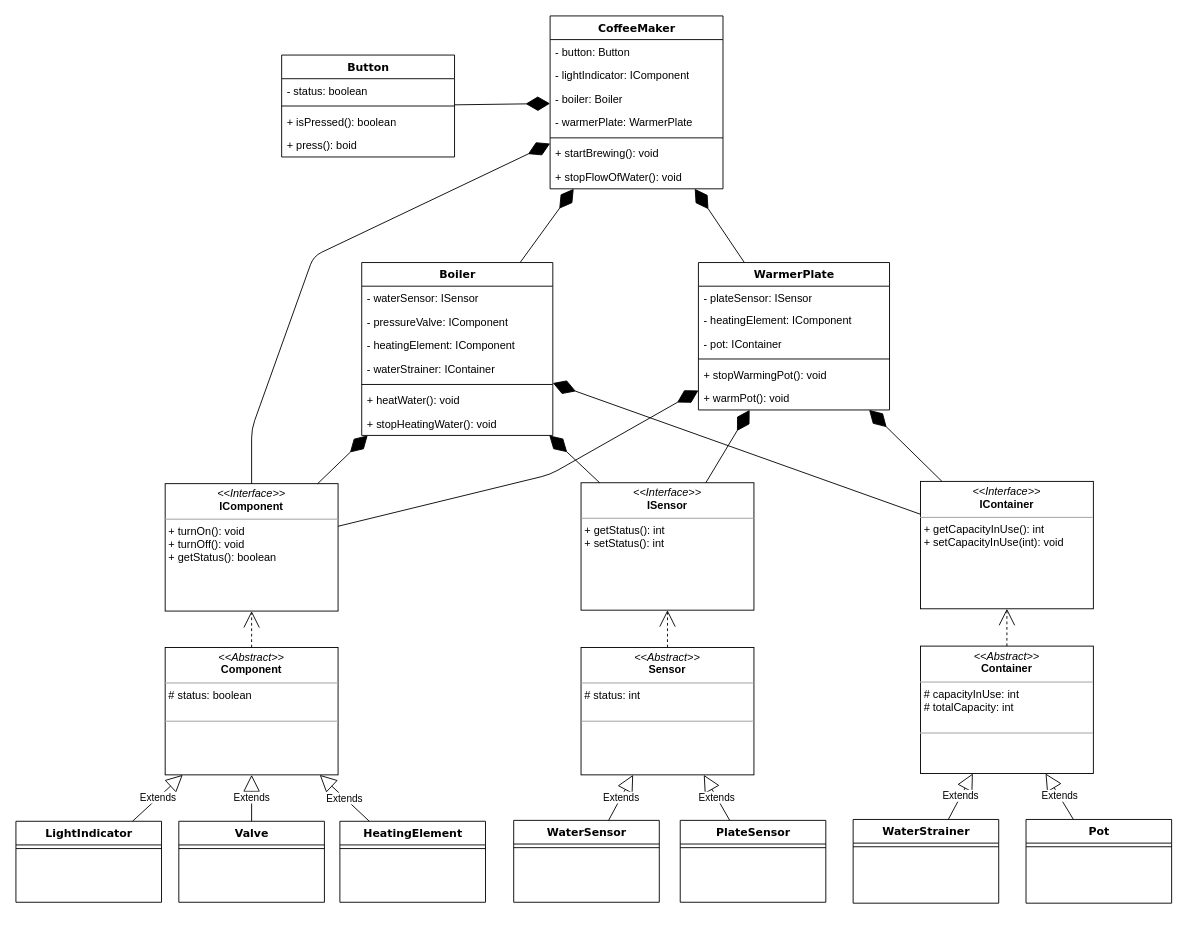
This is Resources/CoffeeMaker.drawio from aburgosu/CoffeeMaker-JAM, a draw.io file, before an edit. Source tidied: cells renumbered, new cells numbered last; positions are measured from the earlier drawing's top-left corner, leaving out a move shared by most shapes. Both pictures are drawn from the tidied source at 91%, with x=0, y=0 at pixel (15, 15).
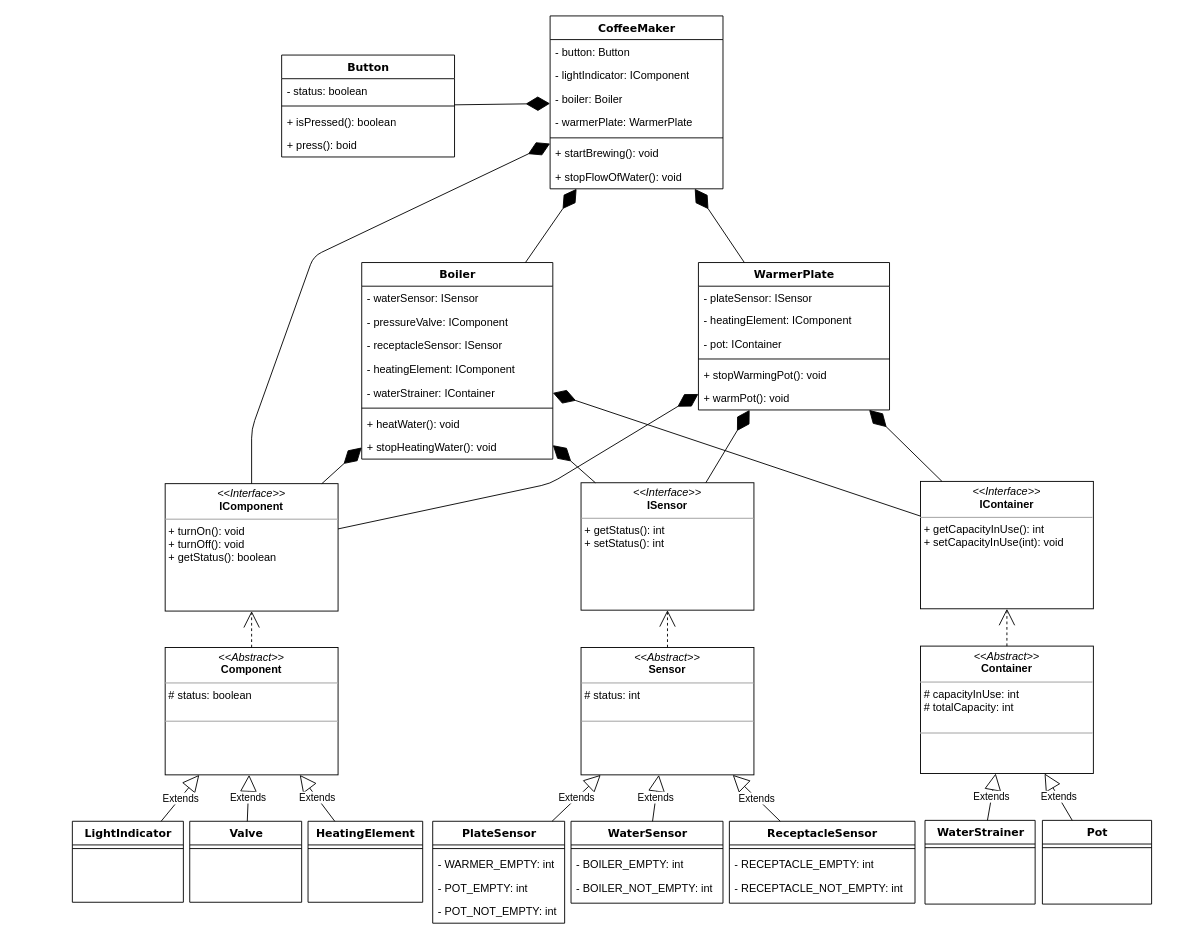
The same page after the edit.

Commit message (it also covers changes not shown here):
ReceptacleSensor class added to class diagram

The change refers to these unchanged cells:
```xml
<mxCell id="8" value="&lt;p style=&quot;margin: 0px ; margin-top: 4px ; text-align: center&quot;&gt;&lt;i&gt;&amp;lt;&amp;lt;Interface&amp;gt;&amp;gt;&lt;/i&gt;&lt;br&gt;&lt;b&gt;IComponent&lt;/b&gt;&lt;/p&gt;&lt;hr size=&quot;1&quot;&gt;&lt;p style=&quot;margin: 0px ; margin-left: 4px&quot;&gt;&lt;/p&gt;&lt;p style=&quot;margin: 0px ; margin-left: 4px&quot;&gt;+ turnOn(): void&lt;br&gt;+ turnOff(): void&lt;/p&gt;&lt;p style=&quot;margin: 0px ; margin-left: 4px&quot;&gt;+ getStatus(): boolean&lt;/p&gt;" style="verticalAlign=top;align=left;overflow=fill;fontSize=12;fontFamily=Helvetica;html=1;rounded=0;shadow=0;comic=0;labelBackgroundColor=none;strokeColor=#000000;strokeWidth=1;fillColor=#ffffff;" parent="1" vertex="1">
  <mxGeometry x="164" y="514" width="190" height="140" as="geometry" />
</mxCell>
<mxCell id="10" value="&lt;p style=&quot;margin: 0px ; margin-top: 4px ; text-align: center&quot;&gt;&lt;i&gt;&amp;lt;&amp;lt;Abstract&amp;gt;&amp;gt;&lt;/i&gt;&lt;br&gt;&lt;b&gt;Sensor&lt;/b&gt;&lt;/p&gt;&lt;hr size=&quot;1&quot;&gt;&lt;p style=&quot;margin: 0px ; margin-left: 4px&quot;&gt;# status: int&lt;br&gt;&lt;br&gt;&lt;/p&gt;&lt;hr size=&quot;1&quot;&gt;&lt;p style=&quot;margin: 0px ; margin-left: 4px&quot;&gt;&lt;br&gt;&lt;/p&gt;" style="verticalAlign=top;align=left;overflow=fill;fontSize=12;fontFamily=Helvetica;html=1;rounded=0;shadow=0;comic=0;labelBackgroundColor=none;strokeColor=#000000;strokeWidth=1;fillColor=#ffffff;" parent="1" vertex="1">
  <mxGeometry x="621" y="694" width="190" height="140" as="geometry" />
</mxCell>
<mxCell id="26" value="WarmerPlate" style="swimlane;html=1;fontStyle=1;align=center;verticalAlign=top;horizontal=1;startSize=26;swimlaneFillColor=#ffffff;rounded=0;shadow=0;comic=0;labelBackgroundColor=none;strokeColor=#000000;strokeWidth=1;fillColor=none;fontFamily=Verdana;fontSize=12;fontColor=#000000;" parent="1" vertex="1">
  <mxGeometry x="750" y="271" width="210" height="162" as="geometry" />
</mxCell>
```

Diff of the diagram source:
```diff
@@
     <mxCell id="2" value="LightIndicator" style="swimlane;html=1;fontStyle=1;align=center;verticalAlign=top;horizontal=1;startSize=26;swimlaneFillColor=#ffffff;rounded=0;shadow=0;comic=0;labelBackgroundColor=none;strokeColor=#000000;strokeWidth=1;fillColor=none;fontFamily=Verdana;fontSize=12;fontColor=#000000;" parent="1" vertex="1">
-      <mxGeometry y="885" width="160" height="89" as="geometry" />
+      <mxGeometry x="62" y="885" width="122" height="89" as="geometry" />
     </mxCell>
     <mxCell id="3" style="line;html=1;strokeWidth=1;fillColor=none;align=left;verticalAlign=middle;spacingTop=-1;spacingLeft=3;spacingRight=3;labelPosition=right;" parent="2" vertex="1">
-      <mxGeometry y="26" width="160" height="8" as="geometry" />
+      <mxGeometry y="26" width="122" height="8" as="geometry" />
     </mxCell>
     <mxCell id="4" value="Valve" style="swimlane;html=1;fontStyle=1;align=center;verticalAlign=top;horizontal=1;startSize=26;swimlaneFillColor=#ffffff;rounded=0;shadow=0;comic=0;labelBackgroundColor=none;strokeColor=#000000;strokeWidth=1;fillColor=none;fontFamily=Verdana;fontSize=12;fontColor=#000000;" parent="1" vertex="1">
-      <mxGeometry x="179" y="885" width="160" height="89" as="geometry" />
+      <mxGeometry x="191" y="885" width="123" height="89" as="geometry" />
     </mxCell>
     <mxCell id="5" style="line;html=1;strokeWidth=1;fillColor=none;align=left;verticalAlign=middle;spacingTop=-1;spacingLeft=3;spacingRight=3;labelPosition=right;" parent="4" vertex="1">
-      <mxGeometry y="26" width="160" height="8" as="geometry" />
+      <mxGeometry y="26" width="123" height="8" as="geometry" />
     </mxCell>
     <mxCell id="6" value="HeatingElement" style="swimlane;html=1;fontStyle=1;align=center;verticalAlign=top;horizontal=1;startSize=26;swimlaneFillColor=#ffffff;rounded=0;shadow=0;comic=0;labelBackgroundColor=none;strokeColor=#000000;strokeWidth=1;fillColor=none;fontFamily=Verdana;fontSize=12;fontColor=#000000;" parent="1" vertex="1">
-      <mxGeometry x="356" y="885" width="160" height="89" as="geometry" />
+      <mxGeometry x="321" y="885" width="126" height="89" as="geometry" />
     </mxCell>
     <mxCell id="7" style="line;html=1;strokeWidth=1;fillColor=none;align=left;verticalAlign=middle;spacingTop=-1;spacingLeft=3;spacingRight=3;labelPosition=right;" parent="6" vertex="1">
-      <mxGeometry y="26" width="160" height="8" as="geometry" />
+      <mxGeometry y="26" width="126" height="8" as="geometry" />
     </mxCell>
@@
-    <mxCell id="12" value="WaterSensor" style="swimlane;html=1;fontStyle=1;align=center;verticalAlign=top;horizontal=1;startSize=26;swimlaneFillColor=#ffffff;rounded=0;shadow=0;comic=0;labelBackgroundColor=none;strokeColor=#000000;strokeWidth=1;fillColor=none;fontFamily=Verdana;fontSize=12;fontColor=#000000;" parent="1" vertex="1">
-      <mxGeometry x="547" y="884" width="160" height="90" as="geometry" />
+    <mxCell id="12" value="PlateSensor" style="swimlane;html=1;fontStyle=1;align=center;verticalAlign=top;horizontal=1;startSize=26;swimlaneFillColor=#ffffff;rounded=0;shadow=0;comic=0;labelBackgroundColor=none;strokeColor=#000000;strokeWidth=1;fillColor=none;fontFamily=Verdana;fontSize=12;fontColor=#000000;" parent="1" vertex="1">
+      <mxGeometry x="458" y="885" width="145" height="112" as="geometry" />
     </mxCell>
     <mxCell id="13" style="line;html=1;strokeWidth=1;fillColor=none;align=left;verticalAlign=middle;spacingTop=-1;spacingLeft=3;spacingRight=3;labelPosition=right;" parent="12" vertex="1">
-      <mxGeometry y="26" width="160" height="8" as="geometry" />
+      <mxGeometry y="26" width="145" height="8" as="geometry" />
     </mxCell>
+    <mxCell id="70" value="- WARMER_EMPTY: int&lt;br&gt;" style="text;html=1;strokeColor=none;fillColor=none;align=left;verticalAlign=top;spacingLeft=4;spacingRight=4;whiteSpace=wrap;overflow=hidden;" parent="12" vertex="1">
+      <mxGeometry y="34" width="145" height="26" as="geometry" />
+    </mxCell>
+    <mxCell id="71" value="- POT_EMPTY: int&lt;br&gt;" style="text;html=1;strokeColor=none;fillColor=none;align=left;verticalAlign=top;spacingLeft=4;spacingRight=4;whiteSpace=wrap;overflow=hidden;" parent="12" vertex="1">
+      <mxGeometry y="60" width="145" height="26" as="geometry" />
+    </mxCell>
+    <mxCell id="72" value="- POT_NOT_EMPTY: int&lt;br&gt;" style="text;html=1;strokeColor=none;fillColor=none;align=left;verticalAlign=top;spacingLeft=4;spacingRight=4;whiteSpace=wrap;overflow=hidden;" parent="12" vertex="1">
+      <mxGeometry y="86" width="145" height="26" as="geometry" />
+    </mxCell>
-    <mxCell id="14" value="PlateSensor" style="swimlane;html=1;fontStyle=1;align=center;verticalAlign=top;horizontal=1;startSize=26;swimlaneFillColor=#ffffff;rounded=0;shadow=0;comic=0;labelBackgroundColor=none;strokeColor=#000000;strokeWidth=1;fillColor=none;fontFamily=Verdana;fontSize=12;fontColor=#000000;" parent="1" vertex="1">
-      <mxGeometry x="730" y="884" width="160" height="90" as="geometry" />
+    <mxCell id="14" value="WaterSensor" style="swimlane;html=1;fontStyle=1;align=center;verticalAlign=top;horizontal=1;startSize=26;swimlaneFillColor=#ffffff;rounded=0;shadow=0;comic=0;labelBackgroundColor=none;strokeColor=#000000;strokeWidth=1;fillColor=none;fontFamily=Verdana;fontSize=12;fontColor=#000000;" parent="1" vertex="1">
+      <mxGeometry x="610" y="885" width="167" height="90" as="geometry" />
     </mxCell>
     <mxCell id="15" style="line;html=1;strokeWidth=1;fillColor=none;align=left;verticalAlign=middle;spacingTop=-1;spacingLeft=3;spacingRight=3;labelPosition=right;" parent="14" vertex="1">
-      <mxGeometry y="26" width="160" height="8" as="geometry" />
+      <mxGeometry y="26" width="167" height="8" as="geometry" />
     </mxCell>
+    <mxCell id="73" value="- BOILER_EMPTY: int&lt;br&gt;" style="text;html=1;strokeColor=none;fillColor=none;align=left;verticalAlign=top;spacingLeft=4;spacingRight=4;whiteSpace=wrap;overflow=hidden;" parent="14" vertex="1">
+      <mxGeometry y="34" width="167" height="26" as="geometry" />
+    </mxCell>
+    <mxCell id="74" value="- BOILER_NOT_EMPTY: int&lt;br&gt;" style="text;html=1;strokeColor=none;fillColor=none;align=left;verticalAlign=top;spacingLeft=4;spacingRight=4;whiteSpace=wrap;overflow=hidden;" parent="14" vertex="1">
+      <mxGeometry y="60" width="167" height="26" as="geometry" />
+    </mxCell>
@@
     <mxCell id="18" value="Boiler" style="swimlane;html=1;fontStyle=1;align=center;verticalAlign=top;horizontal=1;startSize=26;swimlaneFillColor=#ffffff;rounded=0;shadow=0;comic=0;labelBackgroundColor=none;strokeColor=#000000;strokeWidth=1;fillColor=none;fontFamily=Verdana;fontSize=12;fontColor=#000000;" parent="1" vertex="1">
-      <mxGeometry x="380" y="271" width="210" height="190" as="geometry" />
+      <mxGeometry x="380" y="271" width="210" height="216" as="geometry" />
     </mxCell>
@@
+    <mxCell id="75" value="- receptacleSensor: ISensor&lt;br&gt;" style="text;html=1;strokeColor=none;fillColor=none;align=left;verticalAlign=top;spacingLeft=4;spacingRight=4;whiteSpace=wrap;overflow=hidden;" parent="18" vertex="1">
+      <mxGeometry y="78" width="210" height="26" as="geometry" />
+    </mxCell>
     <mxCell id="21" value="- heatingElement: IComponent&lt;br&gt;" style="text;html=1;strokeColor=none;fillColor=none;align=left;verticalAlign=top;spacingLeft=4;spacingRight=4;whiteSpace=wrap;overflow=hidden;" parent="18" vertex="1">
-      <mxGeometry y="78" width="210" height="26" as="geometry" />
+      <mxGeometry y="104" width="210" height="26" as="geometry" />
     </mxCell>
     <mxCell id="22" value="- waterStrainer: IContainer&lt;br&gt;" style="text;html=1;strokeColor=none;fillColor=none;align=left;verticalAlign=top;spacingLeft=4;spacingRight=4;whiteSpace=wrap;overflow=hidden;" parent="18" vertex="1">
-      <mxGeometry y="104" width="210" height="26" as="geometry" />
+      <mxGeometry y="130" width="210" height="26" as="geometry" />
     </mxCell>
     <mxCell id="23" style="line;html=1;strokeWidth=1;fillColor=none;align=left;verticalAlign=middle;spacingTop=-1;spacingLeft=3;spacingRight=3;labelPosition=right;" parent="18" vertex="1">
-      <mxGeometry y="130" width="210" height="8" as="geometry" />
+      <mxGeometry y="156" width="210" height="8" as="geometry" />
     </mxCell>
     <mxCell id="24" value="+ heatWater(): void&lt;br&gt;" style="text;html=1;strokeColor=none;fillColor=none;align=left;verticalAlign=top;spacingLeft=4;spacingRight=4;whiteSpace=wrap;overflow=hidden;" parent="18" vertex="1">
-      <mxGeometry y="138" width="210" height="26" as="geometry" />
+      <mxGeometry y="164" width="210" height="26" as="geometry" />
     </mxCell>
     <mxCell id="25" value="+ stopHeatingWater(): void&lt;br&gt;" style="text;html=1;strokeColor=none;fillColor=none;align=left;verticalAlign=top;spacingLeft=4;spacingRight=4;whiteSpace=wrap;overflow=hidden;" parent="18" vertex="1">
-      <mxGeometry y="164" width="210" height="26" as="geometry" />
+      <mxGeometry y="190" width="210" height="26" as="geometry" />
     </mxCell>
@@
     <mxCell id="43" style="endArrow=diamondThin;endFill=1;endSize=24;html=1;" parent="1" edge="1" source="8" target="26">
       <mxGeometry relative="1" as="geometry">
         <Array as="points">
-          <mxPoint x="587" y="504" />
+          <mxPoint x="587" y="514" />
         </Array>
       </mxGeometry>
     </mxCell>
@@
     <mxCell id="62" value="WaterStrainer" style="swimlane;html=1;fontStyle=1;align=center;verticalAlign=top;horizontal=1;startSize=26;swimlaneFillColor=#ffffff;rounded=0;shadow=0;comic=0;labelBackgroundColor=none;strokeColor=#000000;strokeWidth=1;fillColor=none;fontFamily=Verdana;fontSize=12;fontColor=#000000;" parent="1" vertex="1">
-      <mxGeometry x="920" y="883" width="160" height="92" as="geometry" />
+      <mxGeometry x="999" y="884" width="121" height="92" as="geometry" />
     </mxCell>
     <mxCell id="63" style="line;html=1;strokeWidth=1;fillColor=none;align=left;verticalAlign=middle;spacingTop=-1;spacingLeft=3;spacingRight=3;labelPosition=right;" parent="62" vertex="1">
-      <mxGeometry y="26" width="160" height="8" as="geometry" />
+      <mxGeometry y="26" width="121" height="8" as="geometry" />
     </mxCell>
     <mxCell id="64" value="Pot" style="swimlane;html=1;fontStyle=1;align=center;verticalAlign=top;horizontal=1;startSize=26;swimlaneFillColor=#ffffff;rounded=0;shadow=0;comic=0;labelBackgroundColor=none;strokeColor=#000000;strokeWidth=1;fillColor=none;fontFamily=Verdana;fontSize=12;fontColor=#000000;" parent="1" vertex="1">
-      <mxGeometry x="1110" y="883" width="160" height="92" as="geometry" />
+      <mxGeometry x="1128" y="884" width="120" height="92" as="geometry" />
     </mxCell>
     <mxCell id="65" style="line;html=1;strokeWidth=1;fillColor=none;align=left;verticalAlign=middle;spacingTop=-1;spacingLeft=3;spacingRight=3;labelPosition=right;" parent="64" vertex="1">
-      <mxGeometry y="26" width="160" height="8" as="geometry" />
+      <mxGeometry y="26" width="120" height="8" as="geometry" />
     </mxCell>
@@
+    <mxCell id="76" value="ReceptacleSensor" style="swimlane;html=1;fontStyle=1;align=center;verticalAlign=top;horizontal=1;startSize=26;swimlaneFillColor=#ffffff;rounded=0;shadow=0;comic=0;labelBackgroundColor=none;strokeColor=#000000;strokeWidth=1;fillColor=none;fontFamily=Verdana;fontSize=12;fontColor=#000000;" parent="1" vertex="1">
+      <mxGeometry x="784" y="885" width="204" height="90" as="geometry" />
+    </mxCell>
+    <mxCell id="77" style="line;html=1;strokeWidth=1;fillColor=none;align=left;verticalAlign=middle;spacingTop=-1;spacingLeft=3;spacingRight=3;labelPosition=right;" parent="76" vertex="1">
+      <mxGeometry y="26" width="204" height="8" as="geometry" />
+    </mxCell>
+    <mxCell id="78" value="- RECEPTACLE_EMPTY: int&lt;br&gt;" style="text;html=1;strokeColor=none;fillColor=none;align=left;verticalAlign=top;spacingLeft=4;spacingRight=4;whiteSpace=wrap;overflow=hidden;" parent="76" vertex="1">
+      <mxGeometry y="34" width="204" height="26" as="geometry" />
+    </mxCell>
+    <mxCell id="79" value="- RECEPTACLE_NOT_EMPTY: int&lt;br&gt;" style="text;html=1;strokeColor=none;fillColor=none;align=left;verticalAlign=top;spacingLeft=4;spacingRight=4;whiteSpace=wrap;overflow=hidden;" parent="76" vertex="1">
+      <mxGeometry y="60" width="204" height="26" as="geometry" />
+    </mxCell>
+    <mxCell id="80" value="Extends" style="endArrow=block;endSize=16;endFill=0;html=1;" parent="1" edge="1" source="76" target="10">
+      <mxGeometry relative="1" as="geometry" />
+    </mxCell>
```
